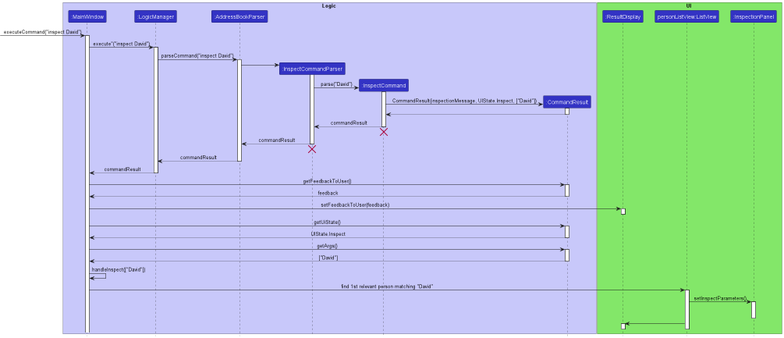
Above: docs/images/InspectSequenceDiagram.png in nus-cs2103-AY2223S1/tp (PlantUML), before the change. Its diagram source:
```plantuml
@startuml
!include style.puml

box Logic LOGIC_COLOR_T1
participant ":MainWindow" as MainWindow LOGIC_COLOR
participant ":LogicManager" as LogicManager LOGIC_COLOR
participant ":AddressBookParser" as AddressBookParser LOGIC_COLOR
participant ":InspectCommandParser" as InspectCommandParser LOGIC_COLOR
participant ":InspectCommand" as InspectCommand LOGIC_COLOR
participant ":CommandResult" as CommandResult LOGIC_COLOR
end box

box UI UI_COLOR_T1
participant ":ResultDisplay" as ResultDisplay LOGIC_COLOR
participant "personListView:ListView" as ListView LOGIC_COLOR
participant ":InspectionPanel" as InspectionPanel LOGIC_COLOR
end box


[-> MainWindow : executeCommand("inspect David")
activate MainWindow

MainWindow -> LogicManager : execute"("inspect David")
activate LogicManager

LogicManager -> AddressBookParser : parseCommand("inspect David")
activate AddressBookParser

create InspectCommandParser
AddressBookParser -> InspectCommandParser
activate InspectCommandParser

create InspectCommand
InspectCommandParser -> InspectCommand : parse("David")
activate InspectCommand

create CommandResult
InspectCommand -> CommandResult : CommandResult(inspectionMessage, UIState.Inspect, ["David"])
activate CommandResult


CommandResult --> InspectCommand
deactivate CommandResult

InspectCommand --> InspectCommandParser : commandResult
deactivate InspectCommand
InspectCommand -[hidden]-> InspectCommandParser
destroy InspectCommand

InspectCommandParser --> AddressBookParser : commandResult
deactivate InspectCommandParser
InspectCommandParser -[hidden]-> AddressBookParser
destroy InspectCommandParser

AddressBookParser --> LogicManager : commandResult
deactivate AddressBookParser

LogicManager --> MainWindow : commandResult
deactivate LogicManager

MainWindow -> CommandResult : getFeedbackToUser()
activate CommandResult

CommandResult --> MainWindow : feedback
deactivate CommandResult

MainWindow -> ResultDisplay : setFeedbackToUser(feedback)
activate ResultDisplay
ResultDisplay -[hidden]-> MainWindow
deactivate ResultDisplay

MainWindow -> CommandResult : getUiState()
activate CommandResult
CommandResult --> MainWindow : UIState.Inspect
deactivate CommandResult

MainWindow -> CommandResult : getArgs()
activate CommandResult
CommandResult --> MainWindow : ["David"]
deactivate CommandResult

MainWindow -> MainWindow : handleInspect(["David"])

MainWindow -> ListView : find 1st relevant person matching "David"
activate ListView


ListView -> InspectionPanel : setInspectParameters()
activate InspectionPanel

ListView -[hidden]-> InspectionPanel
ListView -[hidden]-> InspectionPanel
ListView -[hidden]-> InspectionPanel
deactivate InspectionPanel

ListView -> ResultDisplay
activate ResultDisplay

ResultDisplay --[hidden]> ListView
deactivate ResultDisplay

deactivate ListView

@enduml
```
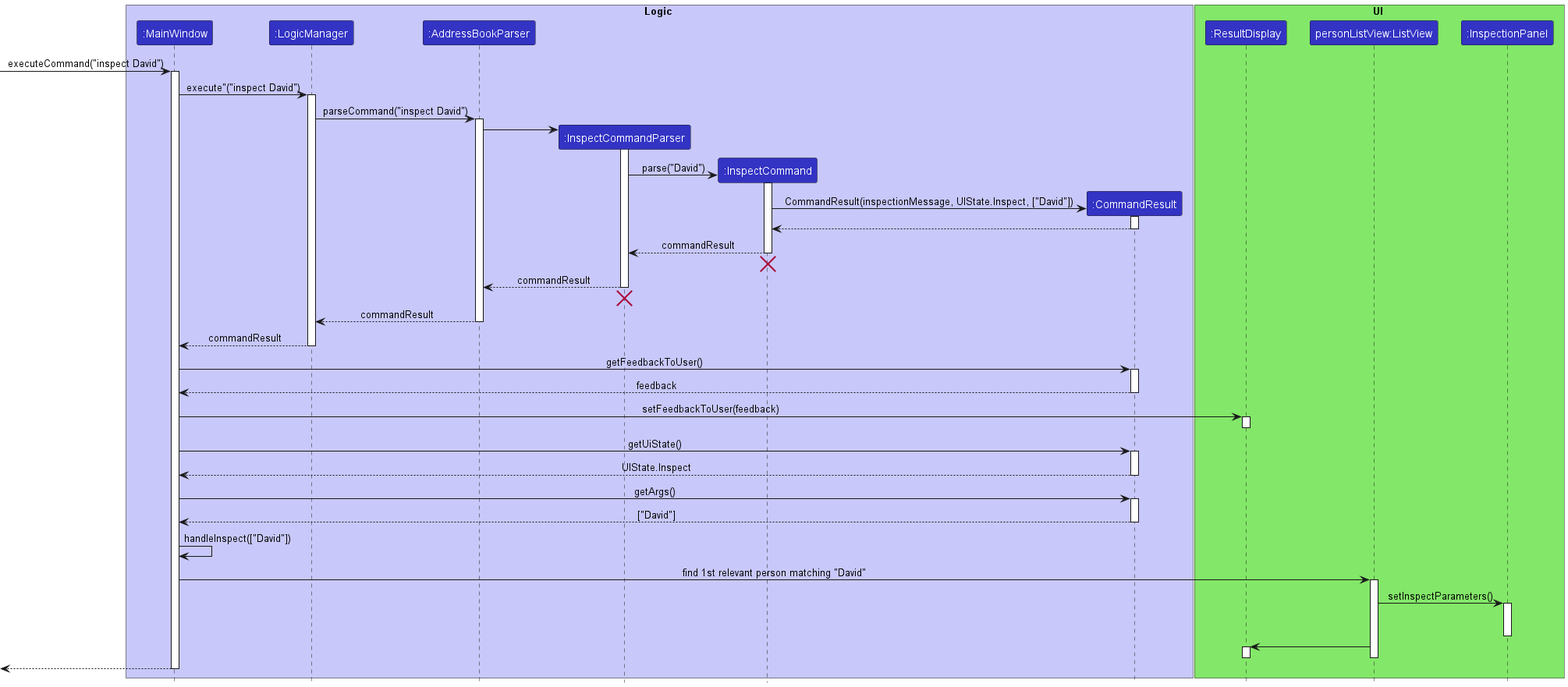
After the change.

What changed in the source:
```diff
@@ -101,4 +101,7 @@
 
 deactivate ListView
 
+<-- MainWindow
+deactivate MainWindow
+
 @enduml
```
